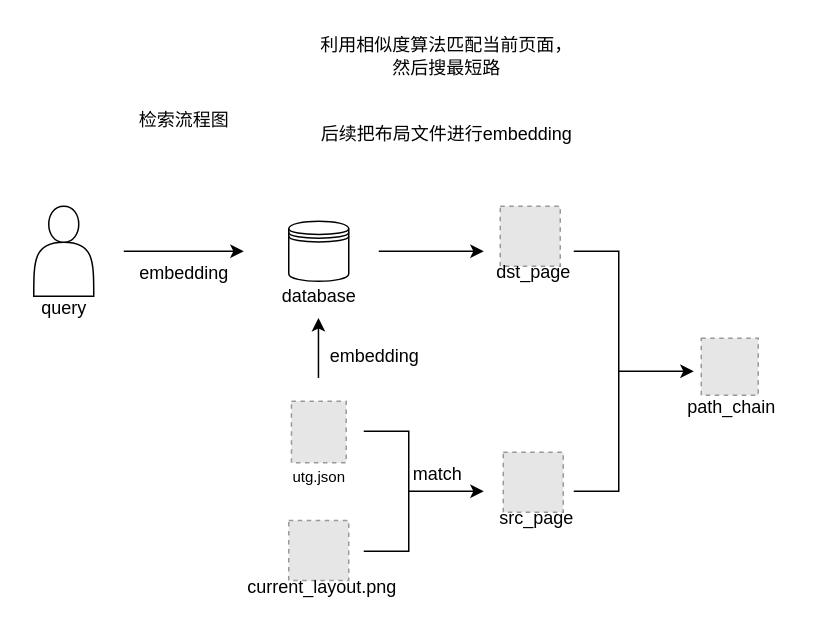
Earlier version of the draw.io diagram page "第 2 页" (2 of 2) of 研究生毕设/研究生毕设中期.drawio (xieeryihe/drawio). Source tidied: cells renumbered, new cells numbered last; positions are measured from the earlier drawing's top-left corner, leaving out a move shared by most shapes. Both pictures are drawn from the tidied source at 150%, with x=0, y=0 at pixel (26, 26). Pictures stored in the file or linked from it are replaced by grey dashed boxes.
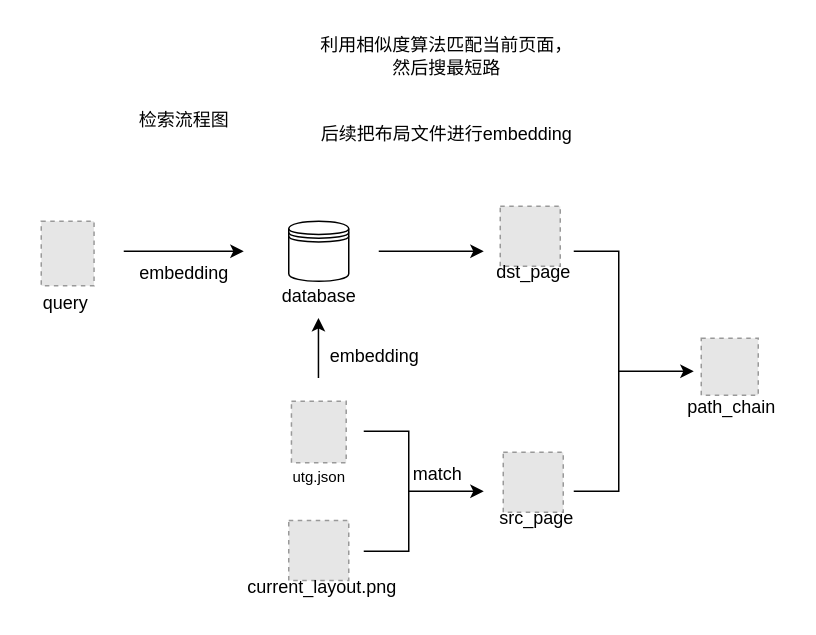
The same diagram, later.

Diff of the diagram source:
```diff
@@
-    <mxCell id="11" style="group;" parent="1" vertex="1">
-      <mxGeometry y="120" width="50" height="83" as="geometry" />
-    </mxCell>
-    <mxCell id="12" style="shape=actor;whiteSpace=wrap;html=1;" parent="11" vertex="1">
-      <mxGeometry x="5" width="40" height="60" as="geometry" />
-    </mxCell>
-    <mxCell id="13" value="query" style="text;html=1;align=center;verticalAlign=middle;strokeColor=none;fillColor=none;" parent="11" vertex="1">
-      <mxGeometry y="53" width="50" height="30" as="geometry" />
-    </mxCell>
@@
+    <mxCell id="32" style="fillColor=#E6E6E6;strokeColor=#999999;dashed=1;verticalLabelPosition=bottom;labelBackgroundColor=default;verticalAlign=top;" parent="1" vertex="1">
+      <mxGeometry x="10" y="130" width="35.2" height="43" as="geometry" />
+    </mxCell>
+    <mxCell id="13" value="query" style="text;html=1;align=center;verticalAlign=middle;strokeColor=none;fillColor=none;" parent="1" vertex="1">
+      <mxGeometry x="1" y="170" width="50" height="30" as="geometry" />
+    </mxCell>
```
